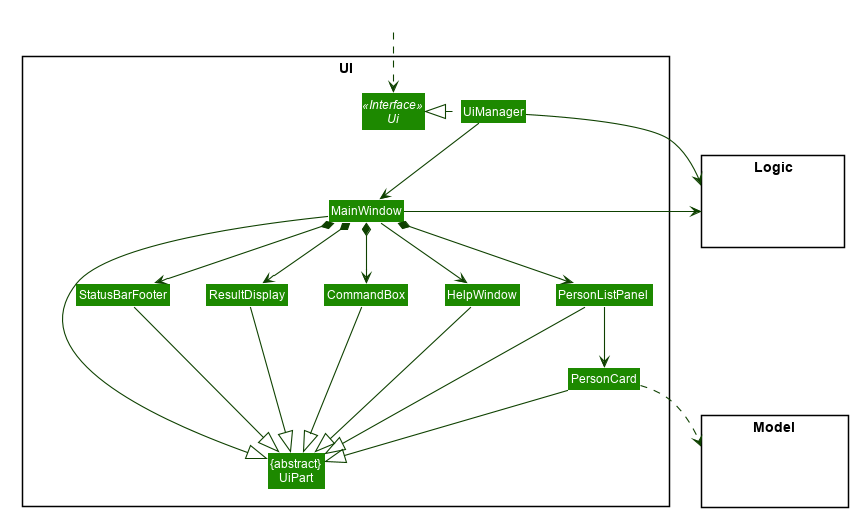
Earlier version of the PlantUML export docs/images/UiClassDiagram.png (nus-cs2103-AY2021S1/tp).
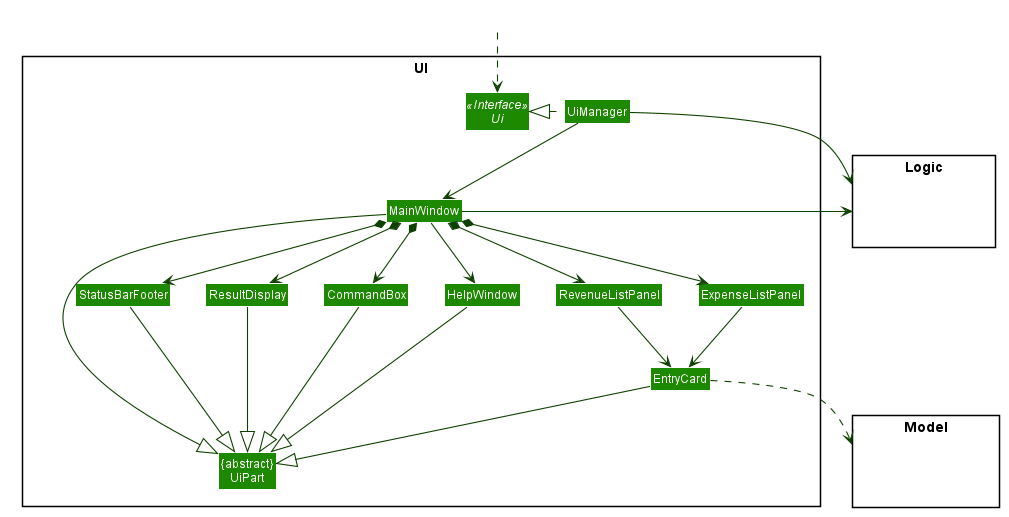
After the commit.

Diff of the diagram source:
```diff
@@ -1,4 +1,5 @@
 @startuml
+
 
 
 
@@ -58,8 +59,9 @@
 Class MainWindow
 Class HelpWindow
 Class ResultDisplay
-Class PersonListPanel
-Class PersonCard
+Class RevenueListPanel
+Class ExpenseListPanel
+Class EntryCard
 Class StatusBarFooter
 Class CommandBox
 }
@@ -80,25 +82,27 @@
 MainWindow --> HelpWindow
 MainWindow *-down-> CommandBox
 MainWindow *-down-> ResultDisplay
-MainWindow *-down-> PersonListPanel
+MainWindow *-down-> ExpenseListPanel
+MainWindow *-down-> RevenueListPanel
 MainWindow *-down-> StatusBarFooter
 
-PersonListPanel -down-> PersonCard
+RevenueListPanel -down-> EntryCard
+ExpenseListPanel -down-> EntryCard
 
 MainWindow -left-|> UiPart
 
 ResultDisplay --|> UiPart
 CommandBox --|> UiPart
-PersonListPanel --|> UiPart
-PersonCard --|> UiPart
+EntryCard --|> UiPart
 StatusBarFooter --|> UiPart
 HelpWindow -down-|> UiPart
 
-PersonCard ..> Model
+EntryCard ..> Model
 UiManager -right-> Logic
 MainWindow -left-> Logic
 
-PersonListPanel -[hidden]left- HelpWindow
+ExpenseListPanel -[hidden]left- RevenueListPanel
+RevenueListPanel -[hidden]left- HelpWindow
 HelpWindow -[hidden]left- CommandBox
 CommandBox -[hidden]left- ResultDisplay
 ResultDisplay -[hidden]left- StatusBarFooter
```
